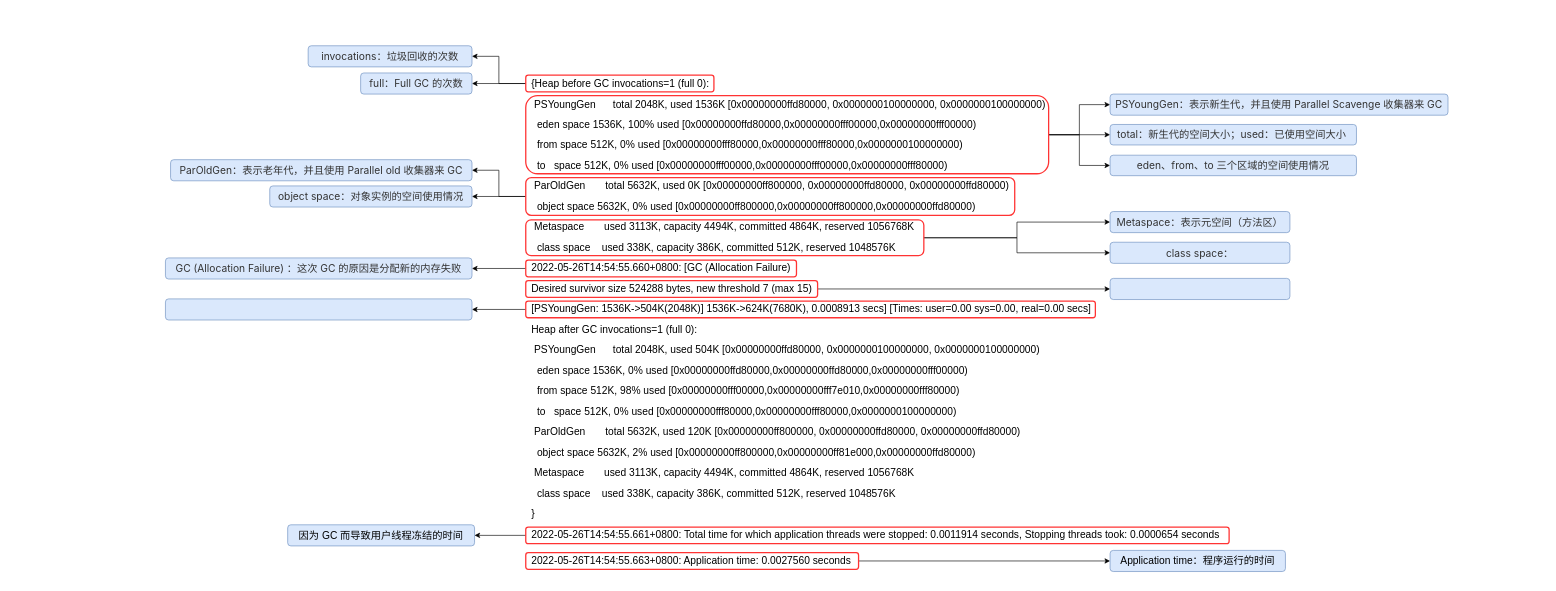
Above: GC 日志/GC 日志.drawio in zero-97/picture-of-the-article (draw.io), before the change. Source tidied: cells renumbered, new cells numbered last; positions are measured from the earlier drawing's top-left corner, leaving out a move shared by most shapes. Both pictures are drawn from the tidied source at 64%, with x=0, y=0 at pixel (165, 45).
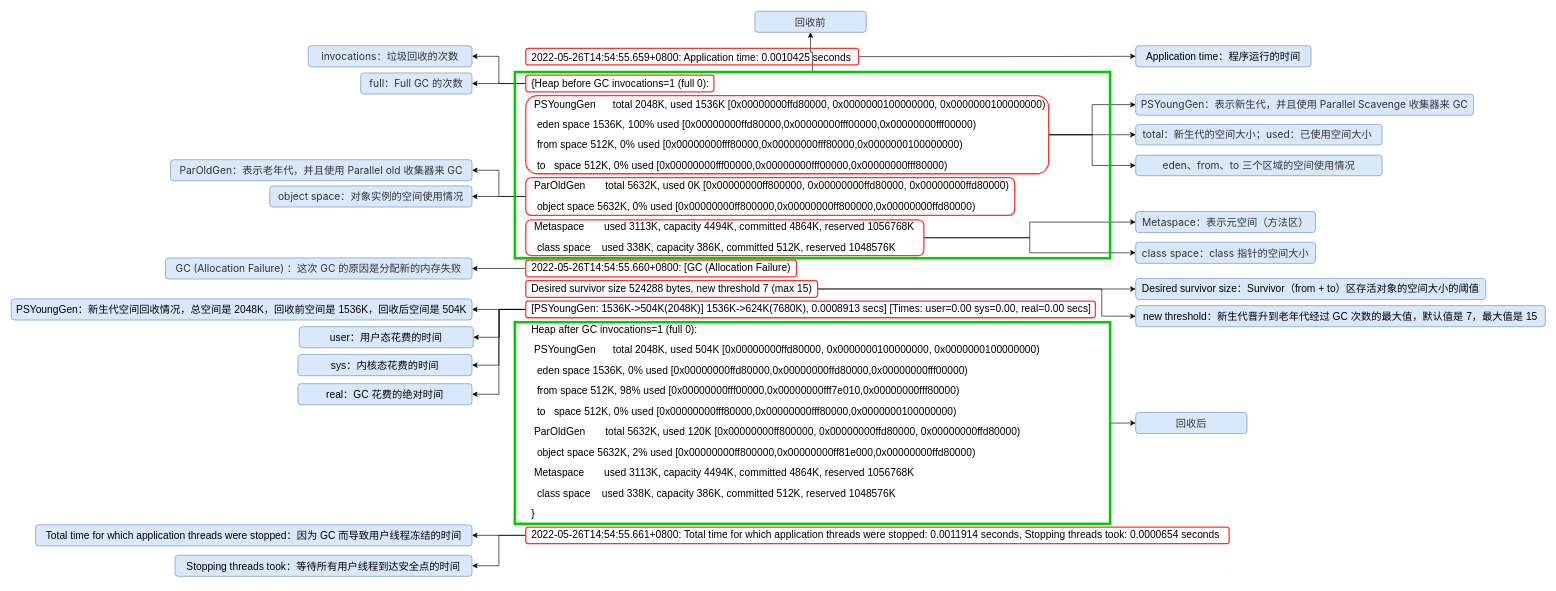
The same page after the edit.

Unchanged cells that the change refers to:
```xml
<mxCell id="21" style="rounded=1;whiteSpace=wrap;html=1;fontSize=16;fillColor=none;strokeWidth=2;strokeColor=#FF3333;" parent="1" vertex="1">
  <mxGeometry x="563" y="367" width="456" height="26" as="geometry" />
</mxCell>
<mxCell id="23" style="rounded=1;whiteSpace=wrap;html=1;fontSize=16;fillColor=none;strokeWidth=2;strokeColor=#FF3333;" parent="1" vertex="1">
  <mxGeometry x="563" y="399" width="890" height="26" as="geometry" />
</mxCell>
<mxCell id="37" style="rounded=1;whiteSpace=wrap;html=1;fontSize=16;fillColor=none;strokeWidth=2;strokeColor=#FF3333;" parent="1" vertex="1">
  <mxGeometry x="563" y="752" width="1099" height="26" as="geometry" />
</mxCell>
```

The edit, as a diff of the source:
```diff
@@
+    <mxCell id="40" style="edgeStyle=orthogonalEdgeStyle;rounded=0;jettySize=auto;html=1;fontSize=16;" parent="1" edge="1" source="49" target="52">
+      <mxGeometry relative="1" as="geometry" />
+    </mxCell>
-    <mxCell id="2" value="&lt;p style=&quot;line-height: 2;&quot;&gt;&lt;span style=&quot;background-color: initial;&quot;&gt;{Heap before GC invocations=1 (full 0):&lt;/span&gt;&lt;br&gt;&lt;span style=&quot;background-color: initial;&quot;&gt;&amp;nbsp;PSYoungGen&amp;nbsp; &amp;nbsp; &amp;nbsp; total 2048K, used 1536K [0x00000000ffd80000, 0x0000000100000000, 0x0000000100000000)&lt;/span&gt;&lt;br&gt;&lt;span style=&quot;background-color: initial;&quot;&gt;&amp;nbsp; eden space 1536K, 100% used [0x00000000ffd80000,0x00000000fff00000,0x00000000fff00000)&lt;/span&gt;&lt;br&gt;&lt;span style=&quot;background-color: initial;&quot;&gt;&amp;nbsp; from space 512K, 0% used [0x00000000fff80000,0x00000000fff80000,0x0000000100000000)&lt;/span&gt;&lt;br&gt;&lt;span style=&quot;background-color: initial;&quot;&gt;&amp;nbsp; to&amp;nbsp; &amp;nbsp;space 512K, 0% used [0x00000000fff00000,0x00000000fff00000,0x00000000fff80000)&lt;/span&gt;&lt;br&gt;&lt;span style=&quot;background-color: initial;&quot;&gt;&amp;nbsp;ParOldGen&amp;nbsp; &amp;nbsp; &amp;nbsp; &amp;nbsp;total 5632K, used 0K [0x00000000ff800000, 0x00000000ffd80000, 0x00000000ffd80000)&lt;/span&gt;&lt;br&gt;&lt;span style=&quot;background-color: initial;&quot;&gt;&amp;nbsp; object space 5632K, 0% used [0x00000000ff800000,0x00000000ff800000,0x00000000ffd80000)&lt;/span&gt;&lt;br&gt;&lt;span style=&quot;background-color: initial;&quot;&gt;&amp;nbsp;Metaspace&amp;nbsp; &amp;nbsp; &amp;nbsp; &amp;nbsp;used 3113K, capacity 4494K, committed 4864K, reserved 1056768K&lt;/span&gt;&lt;br&gt;&lt;span style=&quot;background-color: initial;&quot;&gt;&amp;nbsp; class space&amp;nbsp; &amp;nbsp; used 338K, capacity 386K, committed 512K, reserved 1048576K&lt;/span&gt;&lt;br&gt;&lt;span style=&quot;background-color: initial;&quot;&gt;2022-05-26T14:54:55.660+0800: [GC (Allocation Failure)&amp;nbsp;&lt;/span&gt;&lt;br&gt;&lt;span style=&quot;background-color: initial;&quot;&gt;Desired survivor size 524288 bytes, new threshold 7 (max 15)&lt;/span&gt;&lt;br&gt;&lt;span style=&quot;background-color: initial;&quot;&gt;[PSYoungGen: 1536K-&amp;gt;504K(2048K)] 1536K-&amp;gt;624K(7680K), 0.0008913 secs] [Times: user=0.00 sys=0.00, real=0.00 secs]&amp;nbsp;&lt;/span&gt;&lt;br&gt;&lt;span style=&quot;background-color: initial;&quot;&gt;Heap after GC invocations=1 (full 0):&lt;/span&gt;&lt;br&gt;&lt;span style=&quot;background-color: initial;&quot;&gt;&amp;nbsp;PSYoungGen&amp;nbsp; &amp;nbsp; &amp;nbsp; total 2048K, used 504K [0x00000000ffd80000, 0x0000000100000000, 0x0000000100000000)&lt;/span&gt;&lt;br&gt;&lt;span style=&quot;background-color: initial;&quot;&gt;&amp;nbsp; eden space 1536K, 0% used [0x00000000ffd80000,0x00000000ffd80000,0x00000000fff00000)&lt;/span&gt;&lt;br&gt;&lt;span style=&quot;background-color: initial;&quot;&gt;&amp;nbsp; from space 512K, 98% used [0x00000000fff00000,0x00000000fff7e010,0x00000000fff80000)&lt;/span&gt;&lt;br&gt;&lt;span style=&quot;background-color: initial;&quot;&gt;&amp;nbsp; to&amp;nbsp; &amp;nbsp;space 512K, 0% used [0x00000000fff80000,0x00000000fff80000,0x0000000100000000)&lt;/span&gt;&lt;br&gt;&lt;span style=&quot;background-color: initial;&quot;&gt;&amp;nbsp;ParOldGen&amp;nbsp; &amp;nbsp; &amp;nbsp; &amp;nbsp;total 5632K, used 120K [0x00000000ff800000, 0x00000000ffd80000, 0x00000000ffd80000)&lt;/span&gt;&lt;br&gt;&lt;span style=&quot;background-color: initial;&quot;&gt;&amp;nbsp; object space 5632K, 2% used [0x00000000ff800000,0x00000000ff81e000,0x00000000ffd80000)&lt;/span&gt;&lt;br&gt;&lt;span style=&quot;background-color: initial;&quot;&gt;&amp;nbsp;Metaspace&amp;nbsp; &amp;nbsp; &amp;nbsp; &amp;nbsp;used 3113K, capacity 4494K, committed 4864K, reserved 1056768K&lt;/span&gt;&lt;br&gt;&lt;span style=&quot;background-color: initial;&quot;&gt;&amp;nbsp; class space&amp;nbsp; &amp;nbsp; used 338K, capacity 386K, committed 512K, reserved 1048576K&lt;/span&gt;&lt;br&gt;&lt;span style=&quot;background-color: initial;&quot;&gt;}&lt;/span&gt;&lt;br&gt;&lt;span style=&quot;background-color: initial;&quot;&gt;2022-05-26T14:54:55.661+0800: Total time for which application threads were stopped: 0.0011914 seconds, Stopping threads took: 0.0000654 seconds&lt;/span&gt;&lt;br&gt;&lt;/p&gt;&lt;div style=&quot;&quot;&gt;&lt;font style=&quot;font-size: 16px;&quot;&gt;2022-05-26T14:54:55.663+0800: Application time: 0.0027560 seconds&lt;/font&gt;&lt;/div&gt;&lt;p&gt;&lt;/p&gt;" style="text;html=1;align=left;verticalAlign=middle;strokeColor=none;fillColor=none;fontSize=16;" parent="1" vertex="1">
-      <mxGeometry x="570" y="24" width="1090" height="810" as="geometry" />
+    <mxCell id="2" value="2022-05-26T14:54:55.659+0800: Application time: 0.0010425 seconds&lt;p style=&quot;line-height: 2;&quot;&gt;&lt;span style=&quot;background-color: initial;&quot;&gt;{Heap before GC invocations=1 (full 0):&lt;/span&gt;&lt;br&gt;&lt;span style=&quot;background-color: initial;&quot;&gt;&amp;nbsp;PSYoungGen&amp;nbsp; &amp;nbsp; &amp;nbsp; total 2048K, used 1536K [0x00000000ffd80000, 0x0000000100000000, 0x0000000100000000)&lt;/span&gt;&lt;br&gt;&lt;span style=&quot;background-color: initial;&quot;&gt;&amp;nbsp; eden space 1536K, 100% used [0x00000000ffd80000,0x00000000fff00000,0x00000000fff00000)&lt;/span&gt;&lt;br&gt;&lt;span style=&quot;background-color: initial;&quot;&gt;&amp;nbsp; from space 512K, 0% used [0x00000000fff80000,0x00000000fff80000,0x0000000100000000)&lt;/span&gt;&lt;br&gt;&lt;span style=&quot;background-color: initial;&quot;&gt;&amp;nbsp; to&amp;nbsp; &amp;nbsp;space 512K, 0% used [0x00000000fff00000,0x00000000fff00000,0x00000000fff80000)&lt;/span&gt;&lt;br&gt;&lt;span style=&quot;background-color: initial;&quot;&gt;&amp;nbsp;ParOldGen&amp;nbsp; &amp;nbsp; &amp;nbsp; &amp;nbsp;total 5632K, used 0K [0x00000000ff800000, 0x00000000ffd80000, 0x00000000ffd80000)&lt;/span&gt;&lt;br&gt;&lt;span style=&quot;background-color: initial;&quot;&gt;&amp;nbsp; object space 5632K, 0% used [0x00000000ff800000,0x00000000ff800000,0x00000000ffd80000)&lt;/span&gt;&lt;br&gt;&lt;span style=&quot;background-color: initial;&quot;&gt;&amp;nbsp;Metaspace&amp;nbsp; &amp;nbsp; &amp;nbsp; &amp;nbsp;used 3113K, capacity 4494K, committed 4864K, reserved 1056768K&lt;/span&gt;&lt;br&gt;&lt;span style=&quot;background-color: initial;&quot;&gt;&amp;nbsp; class space&amp;nbsp; &amp;nbsp; used 338K, capacity 386K, committed 512K, reserved 1048576K&lt;/span&gt;&lt;br&gt;&lt;span style=&quot;background-color: initial;&quot;&gt;2022-05-26T14:54:55.660+0800: [GC (Allocation Failure)&amp;nbsp;&lt;/span&gt;&lt;br&gt;&lt;span style=&quot;background-color: initial;&quot;&gt;Desired survivor size 524288 bytes, new threshold 7 (max 15)&lt;/span&gt;&lt;br&gt;&lt;span style=&quot;background-color: initial;&quot;&gt;[PSYoungGen: 1536K-&amp;gt;504K(2048K)] 1536K-&amp;gt;624K(7680K), 0.0008913 secs] [Times: user=0.00 sys=0.00, real=0.00 secs]&amp;nbsp;&lt;/span&gt;&lt;br&gt;&lt;span style=&quot;background-color: initial;&quot;&gt;Heap after GC invocations=1 (full 0):&lt;/span&gt;&lt;br&gt;&lt;span style=&quot;background-color: initial;&quot;&gt;&amp;nbsp;PSYoungGen&amp;nbsp; &amp;nbsp; &amp;nbsp; total 2048K, used 504K [0x00000000ffd80000, 0x0000000100000000, 0x0000000100000000)&lt;/span&gt;&lt;br&gt;&lt;span style=&quot;background-color: initial;&quot;&gt;&amp;nbsp; eden space 1536K, 0% used [0x00000000ffd80000,0x00000000ffd80000,0x00000000fff00000)&lt;/span&gt;&lt;br&gt;&lt;span style=&quot;background-color: initial;&quot;&gt;&amp;nbsp; from space 512K, 98% used [0x00000000fff00000,0x00000000fff7e010,0x00000000fff80000)&lt;/span&gt;&lt;br&gt;&lt;span style=&quot;background-color: initial;&quot;&gt;&amp;nbsp; to&amp;nbsp; &amp;nbsp;space 512K, 0% used [0x00000000fff80000,0x00000000fff80000,0x0000000100000000)&lt;/span&gt;&lt;br&gt;&lt;span style=&quot;background-color: initial;&quot;&gt;&amp;nbsp;ParOldGen&amp;nbsp; &amp;nbsp; &amp;nbsp; &amp;nbsp;total 5632K, used 120K [0x00000000ff800000, 0x00000000ffd80000, 0x00000000ffd80000)&lt;/span&gt;&lt;br&gt;&lt;span style=&quot;background-color: initial;&quot;&gt;&amp;nbsp; object space 5632K, 2% used [0x00000000ff800000,0x00000000ff81e000,0x00000000ffd80000)&lt;/span&gt;&lt;br&gt;&lt;span style=&quot;background-color: initial;&quot;&gt;&amp;nbsp;Metaspace&amp;nbsp; &amp;nbsp; &amp;nbsp; &amp;nbsp;used 3113K, capacity 4494K, committed 4864K, reserved 1056768K&lt;/span&gt;&lt;br&gt;&lt;span style=&quot;background-color: initial;&quot;&gt;&amp;nbsp; class space&amp;nbsp; &amp;nbsp; used 338K, capacity 386K, committed 512K, reserved 1048576K&lt;/span&gt;&lt;br&gt;&lt;span style=&quot;background-color: initial;&quot;&gt;}&lt;/span&gt;&lt;br&gt;&lt;span style=&quot;background-color: initial;&quot;&gt;2022-05-26T14:54:55.661+0800: Total time for which application threads were stopped: 0.0011914 seconds, Stopping threads took: 0.0000654 seconds&lt;/span&gt;&lt;/p&gt;&lt;p&gt;&lt;/p&gt;" style="text;html=1;align=left;verticalAlign=middle;strokeColor=none;fillColor=none;fontSize=16;" parent="1" vertex="1">
+      <mxGeometry x="570" y="6" width="1085" height="791" as="geometry" />
     </mxCell>
@@
-    <mxCell id="20" style="edgeStyle=orthogonalEdgeStyle;rounded=0;jettySize=auto;html=1;fontSize=16;" parent="1" edge="1" source="21" target="32">
-      <mxGeometry relative="1" as="geometry" />
+    <mxCell id="20" style="edgeStyle=orthogonalEdgeStyle;rounded=0;jettySize=auto;html=1;fontSize=16;entryX=0;entryY=0.5;entryDx=0;entryDy=0;" parent="1" edge="1" source="21" target="32">
+      <mxGeometry relative="1" as="geometry">
+        <Array as="points">
+          <mxPoint x="1463" y="380" />
+          <mxPoint x="1463" y="423" />
+        </Array>
+      </mxGeometry>
     </mxCell>
+    <mxCell id="41" style="edgeStyle=orthogonalEdgeStyle;rounded=0;jettySize=auto;html=1;fontSize=16;" parent="1" edge="1" source="21" target="47">
+      <mxGeometry relative="1" as="geometry" />
+    </mxCell>
@@
+    <mxCell id="42" style="edgeStyle=orthogonalEdgeStyle;rounded=0;jettySize=auto;html=1;entryX=1;entryY=0.5;entryDx=0;entryDy=0;fontSize=16;" parent="1" edge="1" source="23" target="48">
+      <mxGeometry relative="1" as="geometry" />
+    </mxCell>
+    <mxCell id="43" style="edgeStyle=orthogonalEdgeStyle;rounded=0;jettySize=auto;html=1;entryX=1;entryY=0.5;entryDx=0;entryDy=0;fontSize=16;" parent="1" edge="1" source="23" target="54">
+      <mxGeometry relative="1" as="geometry" />
+    </mxCell>
+    <mxCell id="44" style="edgeStyle=orthogonalEdgeStyle;rounded=0;jettySize=auto;html=1;entryX=1;entryY=0.5;entryDx=0;entryDy=0;fontSize=16;" parent="1" edge="1" source="23" target="55">
+      <mxGeometry relative="1" as="geometry" />
+    </mxCell>
@@
     <mxCell id="27" value="&lt;div style=&quot;text-align: start;&quot;&gt;&lt;font face=&quot;-apple-system, system-ui, Segoe UI, Roboto, Ubuntu, Cantarell, Noto Sans, sans-serif, BlinkMacSystemFont, Helvetica Neue, PingFang SC, Hiragino Sans GB, Microsoft YaHei, Arial&quot; color=&quot;#333333&quot;&gt;PSYoungGen：表示新生代，&lt;/font&gt;&lt;span style=&quot;color: rgb(51, 51, 51); font-family: -apple-system, system-ui, &amp;quot;Segoe UI&amp;quot;, Roboto, Ubuntu, Cantarell, &amp;quot;Noto Sans&amp;quot;, sans-serif, BlinkMacSystemFont, &amp;quot;Helvetica Neue&amp;quot;, &amp;quot;PingFang SC&amp;quot;, &amp;quot;Hiragino Sans GB&amp;quot;, &amp;quot;Microsoft YaHei&amp;quot;, Arial; background-color: initial;&quot;&gt;并且使用 Parallel Scavenge 收集器来 GC&lt;/span&gt;&lt;/div&gt;" style="rounded=1;whiteSpace=wrap;html=1;fontSize=16;strokeColor=#6c8ebf;strokeWidth=1;fillColor=#dae8fc;" parent="1" vertex="1">
-      <mxGeometry x="1476" y="75.5" width="528" height="33" as="geometry" />
+      <mxGeometry x="1516" y="75.5" width="528" height="33" as="geometry" />
     </mxCell>
     <mxCell id="28" value="&lt;div style=&quot;text-align: start;&quot;&gt;&lt;font face=&quot;-apple-system, system-ui, Segoe UI, Roboto, Ubuntu, Cantarell, Noto Sans, sans-serif, BlinkMacSystemFont, Helvetica Neue, PingFang SC, Hiragino Sans GB, Microsoft YaHei, Arial&quot; color=&quot;#333333&quot;&gt;total：新生代的空间大小；&lt;/font&gt;&lt;span style=&quot;color: rgb(51, 51, 51); font-family: -apple-system, system-ui, &amp;quot;Segoe UI&amp;quot;, Roboto, Ubuntu, Cantarell, &amp;quot;Noto Sans&amp;quot;, sans-serif, BlinkMacSystemFont, &amp;quot;Helvetica Neue&amp;quot;, &amp;quot;PingFang SC&amp;quot;, &amp;quot;Hiragino Sans GB&amp;quot;, &amp;quot;Microsoft YaHei&amp;quot;, Arial; background-color: initial;&quot;&gt;used：已使用空间大小&amp;nbsp;&lt;/span&gt;&lt;/div&gt;" style="rounded=1;whiteSpace=wrap;html=1;fontSize=16;strokeColor=#6c8ebf;strokeWidth=1;fillColor=#dae8fc;" parent="1" vertex="1">
-      <mxGeometry x="1476" y="123" width="385" height="32" as="geometry" />
+      <mxGeometry x="1516" y="123" width="385" height="32" as="geometry" />
     </mxCell>
     <mxCell id="29" value="&lt;div style=&quot;text-align: start;&quot;&gt;&lt;font face=&quot;-apple-system, system-ui, Segoe UI, Roboto, Ubuntu, Cantarell, Noto Sans, sans-serif, BlinkMacSystemFont, Helvetica Neue, PingFang SC, Hiragino Sans GB, Microsoft YaHei, Arial&quot; color=&quot;#333333&quot;&gt;eden、from、to 三个区域的空间使用情况&lt;/font&gt;&lt;/div&gt;" style="rounded=1;whiteSpace=wrap;html=1;fontSize=16;strokeColor=#6c8ebf;strokeWidth=1;fillColor=#dae8fc;" parent="1" vertex="1">
-      <mxGeometry x="1476" y="171" width="385" height="32" as="geometry" />
+      <mxGeometry x="1516" y="171" width="385" height="32" as="geometry" />
     </mxCell>
     <mxCell id="30" value="&lt;div style=&quot;text-align: start;&quot;&gt;&lt;font face=&quot;-apple-system, system-ui, Segoe UI, Roboto, Ubuntu, Cantarell, Noto Sans, sans-serif, BlinkMacSystemFont, Helvetica Neue, PingFang SC, Hiragino Sans GB, Microsoft YaHei, Arial&quot; color=&quot;#333333&quot;&gt;Metaspace：表示元空间（方法区）&lt;/font&gt;&lt;br&gt;&lt;/div&gt;" style="rounded=1;whiteSpace=wrap;html=1;fontSize=16;strokeColor=#6c8ebf;strokeWidth=1;fillColor=#dae8fc;" parent="1" vertex="1">
-      <mxGeometry x="1476" y="259" width="281" height="33" as="geometry" />
+      <mxGeometry x="1516" y="259" width="281" height="33" as="geometry" />
     </mxCell>
-    <mxCell id="31" value="&lt;div style=&quot;text-align: start;&quot;&gt;&lt;font face=&quot;-apple-system, system-ui, Segoe UI, Roboto, Ubuntu, Cantarell, Noto Sans, sans-serif, BlinkMacSystemFont, Helvetica Neue, PingFang SC, Hiragino Sans GB, Microsoft YaHei, Arial&quot; color=&quot;#333333&quot;&gt;class space：&lt;/font&gt;&lt;br&gt;&lt;/div&gt;" style="rounded=1;whiteSpace=wrap;html=1;fontSize=16;strokeColor=#6c8ebf;strokeWidth=1;fillColor=#dae8fc;" parent="1" vertex="1">
-      <mxGeometry x="1476" y="307" width="281" height="33" as="geometry" />
+    <mxCell id="31" value="&lt;div style=&quot;text-align: start;&quot;&gt;&lt;font face=&quot;-apple-system, system-ui, Segoe UI, Roboto, Ubuntu, Cantarell, Noto Sans, sans-serif, BlinkMacSystemFont, Helvetica Neue, PingFang SC, Hiragino Sans GB, Microsoft YaHei, Arial&quot; color=&quot;#333333&quot;&gt;class space：class 指针的空间大小&lt;/font&gt;&lt;br&gt;&lt;/div&gt;" style="rounded=1;whiteSpace=wrap;html=1;fontSize=16;strokeColor=#6c8ebf;strokeWidth=1;fillColor=#dae8fc;" parent="1" vertex="1">
+      <mxGeometry x="1516" y="307" width="281" height="33" as="geometry" />
     </mxCell>
-    <mxCell id="32" value="&lt;div style=&quot;text-align: start;&quot;&gt;&lt;br&gt;&lt;/div&gt;" style="rounded=1;whiteSpace=wrap;html=1;fontSize=16;strokeColor=#6c8ebf;strokeWidth=1;fillColor=#dae8fc;" parent="1" vertex="1">
-      <mxGeometry x="1476" y="363.5" width="281" height="33" as="geometry" />
+    <mxCell id="32" value="&lt;div style=&quot;text-align: start;&quot;&gt;new threshold：新生代晋升到老年代经过 GC 次数的最大值，默认值是 7，最大值是 15&lt;br&gt;&lt;/div&gt;" style="rounded=1;whiteSpace=wrap;html=1;fontSize=16;strokeColor=#6c8ebf;strokeWidth=1;fillColor=#dae8fc;" parent="1" vertex="1">
+      <mxGeometry x="1516" y="406" width="640" height="33" as="geometry" />
     </mxCell>
-    <mxCell id="33" value="&lt;div style=&quot;text-align: start;&quot;&gt;&lt;br&gt;&lt;/div&gt;" style="rounded=1;whiteSpace=wrap;html=1;fontSize=16;strokeColor=#6c8ebf;strokeWidth=1;fillColor=#dae8fc;" parent="1" vertex="1">
-      <mxGeometry y="395.5" width="479" height="33" as="geometry" />
+    <mxCell id="33" value="&lt;div style=&quot;text-align: start;&quot;&gt;PSYoungGen：新生代空间回收情况，总空间是 2048K，回收前空间是 1536K，回收后空间是 504K&lt;/div&gt;" style="rounded=1;whiteSpace=wrap;html=1;fontSize=16;strokeColor=#6c8ebf;strokeWidth=1;fillColor=#dae8fc;" parent="1" vertex="1">
+      <mxGeometry x="-241" y="395.5" width="720" height="33" as="geometry" />
     </mxCell>
@@
     <mxCell id="35" style="rounded=1;whiteSpace=wrap;html=1;fontSize=16;fillColor=none;strokeWidth=2;strokeColor=#FF3333;" parent="1" vertex="1">
-      <mxGeometry x="563" y="792" width="520" height="26" as="geometry" />
+      <mxGeometry x="563" y="4" width="520" height="26" as="geometry" />
     </mxCell>
@@
+    <mxCell id="45" style="edgeStyle=orthogonalEdgeStyle;rounded=0;jettySize=auto;html=1;entryX=1;entryY=0.5;entryDx=0;entryDy=0;fontSize=16;" parent="1" edge="1" source="37" target="46">
+      <mxGeometry relative="1" as="geometry" />
+    </mxCell>
@@
     <mxCell id="38" value="&lt;div style=&quot;text-align: start;&quot;&gt;Application time：程序运行的时间&lt;br&gt;&lt;/div&gt;" style="rounded=1;whiteSpace=wrap;html=1;fontSize=16;strokeColor=#6c8ebf;strokeWidth=1;fillColor=#dae8fc;" parent="1" vertex="1">
-      <mxGeometry x="1476" y="788.5" width="274" height="33" as="geometry" />
+      <mxGeometry x="1516" width="274" height="33" as="geometry" />
     </mxCell>
-    <mxCell id="39" value="&lt;div style=&quot;text-align: start;&quot;&gt;因为 GC 而导致用户线程冻结的时间&lt;br&gt;&lt;/div&gt;" style="rounded=1;whiteSpace=wrap;html=1;fontSize=16;strokeColor=#6c8ebf;strokeWidth=1;fillColor=#dae8fc;" parent="1" vertex="1">
-      <mxGeometry x="191" y="748.5" width="292" height="33" as="geometry" />
+    <mxCell id="39" value="&lt;div style=&quot;text-align: start;&quot;&gt;Total time for which application threads were stopped：因为 GC 而导致用户线程冻结的时间&lt;br&gt;&lt;/div&gt;" style="rounded=1;whiteSpace=wrap;html=1;fontSize=16;strokeColor=#6c8ebf;strokeWidth=1;fillColor=#dae8fc;" parent="1" vertex="1">
+      <mxGeometry x="-203" y="748.5" width="682" height="33" as="geometry" />
     </mxCell>
+    <mxCell id="46" value="&lt;div style=&quot;text-align: start;&quot;&gt;Stopping threads took：等待所有用户线程到达安全点的时间&lt;br&gt;&lt;/div&gt;" style="rounded=1;whiteSpace=wrap;html=1;fontSize=16;strokeColor=#6c8ebf;strokeWidth=1;fillColor=#dae8fc;" parent="1" vertex="1">
+      <mxGeometry x="15" y="796" width="464" height="33" as="geometry" />
+    </mxCell>
+    <mxCell id="47" value="&lt;div style=&quot;text-align: start;&quot;&gt;Desired survivor size：Survivor（from + to）区存活对象的空间大小的阈值&lt;br&gt;&lt;/div&gt;" style="rounded=1;whiteSpace=wrap;html=1;fontSize=16;strokeColor=#6c8ebf;strokeWidth=1;fillColor=#dae8fc;" parent="1" vertex="1">
+      <mxGeometry x="1516" y="363.5" width="547" height="33" as="geometry" />
+    </mxCell>
+    <mxCell id="48" value="&lt;div style=&quot;text-align: start;&quot;&gt;user：用户态花费的时间&lt;/div&gt;" style="rounded=1;whiteSpace=wrap;html=1;fontSize=16;strokeColor=#6c8ebf;strokeWidth=1;fillColor=#dae8fc;" parent="1" vertex="1">
+      <mxGeometry x="209" y="439" width="272" height="33" as="geometry" />
+    </mxCell>
+    <mxCell id="49" style="rounded=0;whiteSpace=wrap;html=1;fontSize=16;strokeColor=#00CC00;strokeWidth=4;fillColor=none;" parent="1" vertex="1">
+      <mxGeometry x="546" y="41" width="930" height="291" as="geometry" />
+    </mxCell>
+    <mxCell id="50" style="edgeStyle=orthogonalEdgeStyle;rounded=0;jettySize=auto;html=1;fontSize=16;" parent="1" edge="1" source="51" target="53">
+      <mxGeometry relative="1" as="geometry" />
+    </mxCell>
+    <mxCell id="51" style="rounded=0;whiteSpace=wrap;html=1;fontSize=16;strokeColor=#00CC00;strokeWidth=4;fillColor=none;" parent="1" vertex="1">
+      <mxGeometry x="546" y="432" width="930" height="315" as="geometry" />
+    </mxCell>
+    <mxCell id="52" value="&lt;div style=&quot;text-align: start;&quot;&gt;&lt;span style=&quot;background-color: initial;&quot;&gt;&lt;font face=&quot;-apple-system, system-ui, Segoe UI, Roboto, Ubuntu, Cantarell, Noto Sans, sans-serif, BlinkMacSystemFont, Helvetica Neue, PingFang SC, Hiragino Sans GB, Microsoft YaHei, Arial&quot; color=&quot;#333333&quot;&gt;回收前&lt;/font&gt;&lt;/span&gt;&lt;/div&gt;" style="rounded=1;whiteSpace=wrap;html=1;fontSize=16;strokeColor=#6c8ebf;strokeWidth=1;fillColor=#dae8fc;" parent="1" vertex="1">
+      <mxGeometry x="921" y="-54" width="174" height="33" as="geometry" />
+    </mxCell>
+    <mxCell id="53" value="&lt;div style=&quot;text-align: start;&quot;&gt;&lt;span style=&quot;background-color: initial;&quot;&gt;&lt;font face=&quot;-apple-system, system-ui, Segoe UI, Roboto, Ubuntu, Cantarell, Noto Sans, sans-serif, BlinkMacSystemFont, Helvetica Neue, PingFang SC, Hiragino Sans GB, Microsoft YaHei, Arial&quot; color=&quot;#333333&quot;&gt;回收后&lt;/font&gt;&lt;/span&gt;&lt;/div&gt;" style="rounded=1;whiteSpace=wrap;html=1;fontSize=16;strokeColor=#6c8ebf;strokeWidth=1;fillColor=#dae8fc;" parent="1" vertex="1">
+      <mxGeometry x="1516" y="573" width="174" height="33" as="geometry" />
+    </mxCell>
+    <mxCell id="54" value="&lt;div style=&quot;text-align: start;&quot;&gt;sys：内核态花费的时间&lt;/div&gt;" style="rounded=1;whiteSpace=wrap;html=1;fontSize=16;strokeColor=#6c8ebf;strokeWidth=1;fillColor=#dae8fc;" parent="1" vertex="1">
+      <mxGeometry x="207" y="482.5" width="272" height="33" as="geometry" />
+    </mxCell>
+    <mxCell id="55" value="&lt;div style=&quot;text-align: start;&quot;&gt;real：GC 花费的绝对时间&lt;/div&gt;" style="rounded=1;whiteSpace=wrap;html=1;fontSize=16;strokeColor=#6c8ebf;strokeWidth=1;fillColor=#dae8fc;" parent="1" vertex="1">
+      <mxGeometry x="207" y="528" width="272" height="33" as="geometry" />
+    </mxCell>
```
